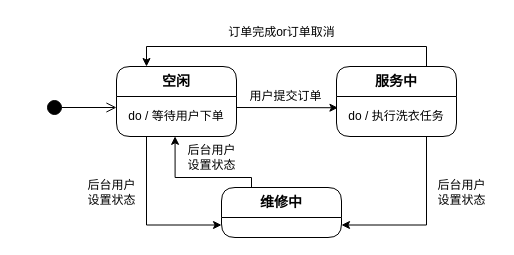
The draw.io diagram 设备状态机.drawio in mochaDMQ/myPicture, before the edit. Source tidied: cells renumbered, new cells numbered last; positions are measured from the earlier drawing's top-left corner, leaving out a move shared by most shapes. Both pictures are drawn from the tidied source at 100%, with x=0, y=0 at pixel (46, 17).
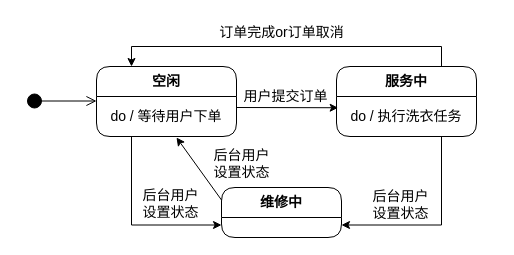
The same diagram, later.

Commit message:
更新设备状态机.drawio

Change to the diagram source:
```diff
@@
-    <mxCell id="2" style="html=1;verticalAlign=bottom;startArrow=circle;startFill=1;endArrow=open;startSize=6;endSize=8;curved=0;rounded=0;" parent="1" edge="1">
+    <mxCell id="2" style="html=1;verticalAlign=bottom;startArrow=circle;startFill=1;endArrow=open;startSize=6;endSize=8;curved=0;rounded=0;fontFamily=宋体;fontSize=14;" parent="1" edge="1">
       <mxGeometry relative="1" as="geometry">
-        <mxPoint y="90" as="sourcePoint" />
-        <mxPoint x="70" y="90" as="targetPoint" />
+        <mxPoint x="-20" y="83.5" as="sourcePoint" />
+        <mxPoint x="50" y="83.5" as="targetPoint" />
       </mxGeometry>
     </mxCell>
-    <mxCell id="3" style="edgeStyle=orthogonalEdgeStyle;rounded=0;jettySize=auto;html=1;exitX=0.25;exitY=1;exitDx=0;exitDy=0;entryX=0;entryY=0.75;entryDx=0;entryDy=0;" parent="1" edge="1" source="4" target="13">
+    <mxCell id="3" style="edgeStyle=orthogonalEdgeStyle;rounded=0;jettySize=auto;html=1;exitX=0.25;exitY=1;exitDx=0;exitDy=0;entryX=0;entryY=0.75;entryDx=0;entryDy=0;fontFamily=宋体;fontSize=14;" parent="1" edge="1" source="4" target="13">
       <mxGeometry relative="1" as="geometry" />
     </mxCell>
-    <mxCell id="4" value="&lt;div&gt;&lt;span style=&quot;background-color: transparent; color: light-dark(rgb(0, 0, 0), rgb(255, 255, 255));&quot;&gt;&lt;b&gt;&lt;font style=&quot;font-size: 14px;&quot;&gt;空闲&lt;/font&gt;&lt;/b&gt;&lt;/span&gt;&lt;/div&gt;" style="swimlane;fontStyle=0;align=center;verticalAlign=top;horizontal=1;startSize=30;html=1;whiteSpace=wrap;rounded=1;" parent="1" vertex="1">
-      <mxGeometry x="70" y="49" width="120" height="70" as="geometry" />
+    <mxCell id="4" value="&lt;div&gt;&lt;span style=&quot;background-color: transparent; color: light-dark(rgb(0, 0, 0), rgb(255, 255, 255));&quot;&gt;&lt;b&gt;&lt;font&gt;空闲&lt;/font&gt;&lt;/b&gt;&lt;/span&gt;&lt;/div&gt;" style="swimlane;fontStyle=0;align=center;verticalAlign=top;horizontal=1;startSize=30;html=1;whiteSpace=wrap;rounded=1;fontFamily=宋体;fontSize=14;" parent="1" vertex="1">
+      <mxGeometry x="50" y="49" width="140" height="70" as="geometry" />
     </mxCell>
-    <mxCell id="5" value="do / 等待用户下单" style="text;html=1;strokeColor=none;fillColor=none;align=center;verticalAlign=middle;spacingLeft=4;spacingRight=4;overflow=hidden;points=[[0,0.5],[1,0.5]];portConstraint=eastwest;whiteSpace=wrap;" parent="4" vertex="1">
-      <mxGeometry y="30" width="120" height="40" as="geometry" />
+    <mxCell id="5" value="do / 等待用户下单" style="text;html=1;strokeColor=none;fillColor=none;align=center;verticalAlign=middle;spacingLeft=4;spacingRight=4;overflow=hidden;points=[[0,0.5],[1,0.5]];portConstraint=eastwest;whiteSpace=wrap;fontFamily=宋体;fontSize=14;" parent="4" vertex="1">
+      <mxGeometry y="30" width="140" height="40" as="geometry" />
     </mxCell>
-    <mxCell id="6" style="edgeStyle=orthogonalEdgeStyle;rounded=0;jettySize=auto;html=1;exitX=0.75;exitY=0;exitDx=0;exitDy=0;entryX=0.25;entryY=0;entryDx=0;entryDy=0;" parent="1" edge="1" source="8" target="4">
+    <mxCell id="6" style="edgeStyle=orthogonalEdgeStyle;rounded=0;jettySize=auto;html=1;exitX=0.75;exitY=0;exitDx=0;exitDy=0;entryX=0.25;entryY=0;entryDx=0;entryDy=0;fontFamily=宋体;fontSize=14;" parent="1" edge="1" source="8" target="4">
       <mxGeometry relative="1" as="geometry" />
     </mxCell>
-    <mxCell id="7" style="edgeStyle=orthogonalEdgeStyle;rounded=0;jettySize=auto;html=1;exitX=0.75;exitY=1;exitDx=0;exitDy=0;entryX=1;entryY=0.75;entryDx=0;entryDy=0;" parent="1" edge="1" source="8" target="13">
+    <mxCell id="7" style="edgeStyle=orthogonalEdgeStyle;rounded=0;jettySize=auto;html=1;exitX=0.75;exitY=1;exitDx=0;exitDy=0;entryX=1;entryY=0.75;entryDx=0;entryDy=0;fontFamily=宋体;fontSize=14;" parent="1" edge="1" source="8" target="13">
       <mxGeometry relative="1" as="geometry" />
     </mxCell>
-    <mxCell id="8" value="&lt;div&gt;&lt;span style=&quot;background-color: transparent; color: light-dark(rgb(0, 0, 0), rgb(255, 255, 255));&quot;&gt;&lt;b&gt;&lt;font style=&quot;font-size: 14px;&quot;&gt;服务中&lt;/font&gt;&lt;/b&gt;&lt;/span&gt;&lt;/div&gt;" style="swimlane;fontStyle=0;align=center;verticalAlign=top;horizontal=1;startSize=30;html=1;whiteSpace=wrap;rounded=1;" parent="1" vertex="1">
-      <mxGeometry x="290" y="49" width="120" height="70" as="geometry" />
+    <mxCell id="8" value="&lt;div&gt;&lt;span style=&quot;background-color: transparent; color: light-dark(rgb(0, 0, 0), rgb(255, 255, 255));&quot;&gt;&lt;b&gt;&lt;font&gt;服务中&lt;/font&gt;&lt;/b&gt;&lt;/span&gt;&lt;/div&gt;" style="swimlane;fontStyle=0;align=center;verticalAlign=top;horizontal=1;startSize=30;html=1;whiteSpace=wrap;rounded=1;fontFamily=宋体;fontSize=14;" parent="1" vertex="1">
+      <mxGeometry x="290" y="49" width="140" height="70" as="geometry" />
     </mxCell>
-    <mxCell id="9" value="do / 执行洗衣任务" style="text;html=1;strokeColor=none;fillColor=none;align=center;verticalAlign=middle;spacingLeft=0;spacingRight=0;overflow=hidden;points=[[0,0.5],[1,0.5]];portConstraint=eastwest;whiteSpace=wrap;spacing=0;" parent="8" vertex="1">
-      <mxGeometry y="30" width="120" height="40" as="geometry" />
+    <mxCell id="9" value="do / 执行洗衣任务" style="text;html=1;strokeColor=none;fillColor=none;align=center;verticalAlign=middle;spacingLeft=0;spacingRight=0;overflow=hidden;points=[[0,0.5],[1,0.5]];portConstraint=eastwest;whiteSpace=wrap;spacing=0;fontFamily=宋体;fontSize=14;" parent="8" vertex="1">
+      <mxGeometry y="30" width="140" height="40" as="geometry" />
     </mxCell>
-    <mxCell id="10" style="rounded=0;jettySize=auto;html=1;exitX=1;exitY=0.5;exitDx=0;exitDy=0;entryX=0.012;entryY=0.281;entryDx=0;entryDy=0;entryPerimeter=0;" parent="1" edge="1" target="9">
+    <mxCell id="10" style="rounded=0;jettySize=auto;html=1;exitX=1;exitY=0.5;exitDx=0;exitDy=0;entryX=0.012;entryY=0.281;entryDx=0;entryDy=0;entryPerimeter=0;fontFamily=宋体;fontSize=14;" parent="1" edge="1" target="9">
       <mxGeometry relative="1" as="geometry">
         <mxPoint x="190" y="90" as="sourcePoint" />
       </mxGeometry>
     </mxCell>
-    <mxCell id="11" value="订单完成or订单取消" style="text;html=1;align=center;verticalAlign=middle;strokeColor=none;fillColor=none;spacing=2;" parent="1" vertex="1">
-      <mxGeometry x="170" width="130" height="30" as="geometry" />
+    <mxCell id="11" value="订单完成or订单取消" style="text;html=1;align=center;verticalAlign=middle;strokeColor=none;fillColor=none;spacing=2;fontFamily=宋体;fontSize=14;" parent="1" vertex="1">
+      <mxGeometry x="160" width="150" height="30" as="geometry" />
     </mxCell>
-    <mxCell id="12" value="用户提交订单" style="text;html=1;align=center;verticalAlign=middle;strokeColor=none;fillColor=none;spacing=0;" parent="1" vertex="1">
-      <mxGeometry x="194" y="69" width="90" height="20" as="geometry" />
+    <mxCell id="12" value="用户提交订单" style="text;html=1;align=center;verticalAlign=middle;strokeColor=none;fillColor=none;spacing=0;fontFamily=宋体;fontSize=14;" parent="1" vertex="1">
+      <mxGeometry x="184" y="64" width="110" height="30" as="geometry" />
     </mxCell>
-    <mxCell id="13" value="&lt;div&gt;&lt;span style=&quot;background-color: transparent; color: light-dark(rgb(0, 0, 0), rgb(255, 255, 255));&quot;&gt;&lt;b&gt;&lt;font style=&quot;font-size: 14px;&quot;&gt;维修中&lt;/font&gt;&lt;/b&gt;&lt;/span&gt;&lt;/div&gt;" style="swimlane;fontStyle=0;align=center;verticalAlign=top;horizontal=1;startSize=30;html=1;whiteSpace=wrap;rounded=1;" parent="1" vertex="1">
+    <mxCell id="13" value="&lt;div&gt;&lt;span style=&quot;background-color: transparent; color: light-dark(rgb(0, 0, 0), rgb(255, 255, 255));&quot;&gt;&lt;b&gt;&lt;font&gt;维修中&lt;/font&gt;&lt;/b&gt;&lt;/span&gt;&lt;/div&gt;" style="swimlane;fontStyle=0;align=center;verticalAlign=top;horizontal=1;startSize=30;html=1;whiteSpace=wrap;rounded=1;fontFamily=宋体;fontSize=14;" parent="1" vertex="1">
       <mxGeometry x="175" y="170" width="120" height="50" as="geometry" />
     </mxCell>
-    <mxCell id="14" value="&lt;div class=&quot;lake-content&quot;&gt;&lt;span class=&quot;ne-text&quot;&gt;后台用户&lt;/span&gt;&lt;/div&gt;&lt;div&gt;设置状态&lt;/div&gt;" style="text;html=1;align=center;verticalAlign=middle;strokeColor=none;fillColor=none;spacing=0;" parent="1" vertex="1">
-      <mxGeometry x="30" y="155" width="70" height="40" as="geometry" />
+    <mxCell id="14" value="&lt;div class=&quot;lake-content&quot;&gt;&lt;span class=&quot;ne-text&quot;&gt;后台用户&lt;/span&gt;&lt;/div&gt;&lt;div&gt;设置状态&lt;/div&gt;" style="text;html=1;align=center;verticalAlign=middle;strokeColor=none;fillColor=none;spacing=0;fontFamily=宋体;fontSize=14;" parent="1" vertex="1">
+      <mxGeometry x="84" y="166" width="80" height="40" as="geometry" />
     </mxCell>
-    <mxCell id="15" value="&lt;div class=&quot;lake-content&quot;&gt;&lt;span class=&quot;ne-text&quot;&gt;后台用户&lt;/span&gt;&lt;/div&gt;&lt;div&gt;设置状态&lt;/div&gt;" style="text;html=1;align=center;verticalAlign=middle;strokeColor=none;fillColor=none;spacing=0;" parent="1" vertex="1">
-      <mxGeometry x="380" y="155" width="70" height="40" as="geometry" />
+    <mxCell id="15" value="&lt;div class=&quot;lake-content&quot;&gt;&lt;span class=&quot;ne-text&quot;&gt;后台用户&lt;/span&gt;&lt;/div&gt;&lt;div&gt;设置状态&lt;/div&gt;" style="text;html=1;align=center;verticalAlign=middle;strokeColor=none;fillColor=none;spacing=0;fontFamily=宋体;fontSize=14;" parent="1" vertex="1">
+      <mxGeometry x="314" y="167" width="80" height="40" as="geometry" />
     </mxCell>
-    <mxCell id="16" style="edgeStyle=orthogonalEdgeStyle;rounded=0;jettySize=auto;html=1;exitX=0.25;exitY=0;exitDx=0;exitDy=0;entryX=0.488;entryY=0.996;entryDx=0;entryDy=0;entryPerimeter=0;" parent="1" edge="1" source="13" target="5">
-      <mxGeometry relative="1" as="geometry">
-        <Array as="points">
-          <mxPoint x="205" y="160" />
-          <mxPoint x="129" y="160" />
-        </Array>
-      </mxGeometry>
-    </mxCell>
-    <mxCell id="17" value="&lt;div class=&quot;lake-content&quot;&gt;&lt;span class=&quot;ne-text&quot;&gt;后台用户&lt;/span&gt;&lt;/div&gt;&lt;div&gt;设置状态&lt;/div&gt;" style="text;html=1;align=center;verticalAlign=middle;strokeColor=none;fillColor=none;spacing=0;" parent="1" vertex="1">
-      <mxGeometry x="130" y="120" width="70" height="40" as="geometry" />
+    <mxCell id="17" value="&lt;div class=&quot;lake-content&quot;&gt;&lt;span class=&quot;ne-text&quot;&gt;后台用户&lt;/span&gt;&lt;/div&gt;&lt;div&gt;设置状态&lt;/div&gt;" style="text;html=1;align=center;verticalAlign=middle;strokeColor=none;fillColor=none;spacing=0;fontFamily=宋体;fontSize=14;" parent="1" vertex="1">
+      <mxGeometry x="155" y="126" width="80" height="40" as="geometry" />
     </mxCell>
+    <mxCell id="18" style="endArrow=classic;html=1;rounded=0;exitX=0;exitY=0.25;exitDx=0;exitDy=0;" parent="1" edge="1" source="13">
+      <mxGeometry relative="1" as="geometry">
+        <mxPoint x="130" y="120" as="targetPoint" />
+      </mxGeometry>
+    </mxCell>
```
